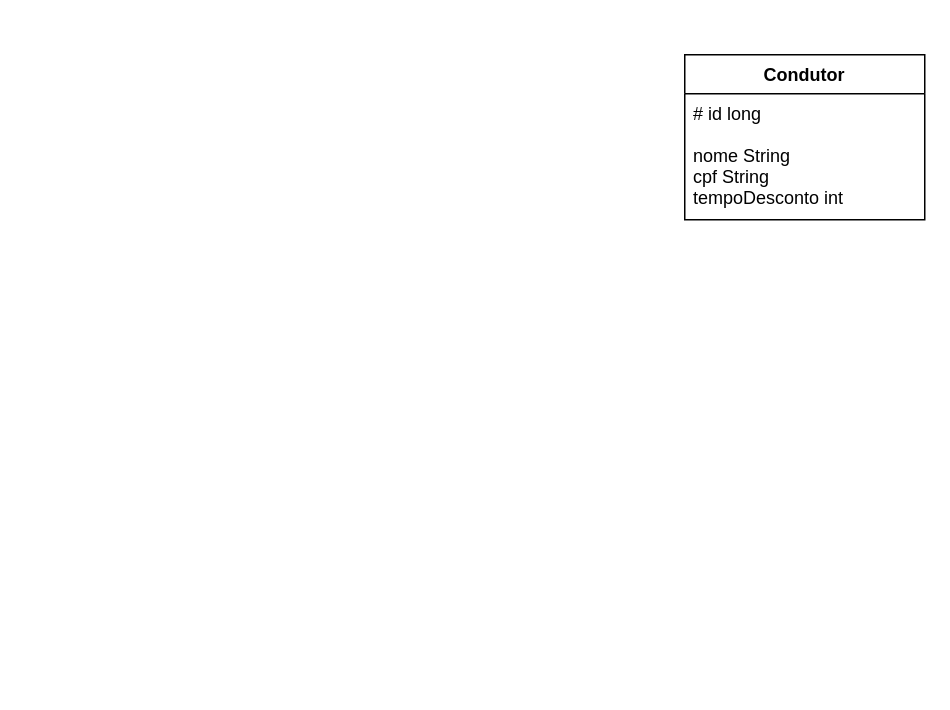
gabrielruizmb/estacionamento-api keeps this draw.io diagram as Diagrama sem nome.drawio. Above is the earlier version. Source tidied: cells renumbered, new cells numbered last; positions are measured from the earlier drawing's top-left corner, leaving out a move shared by most shapes. Both pictures are drawn from the tidied source at 150%, with x=0, y=0 at pixel (684, 54).
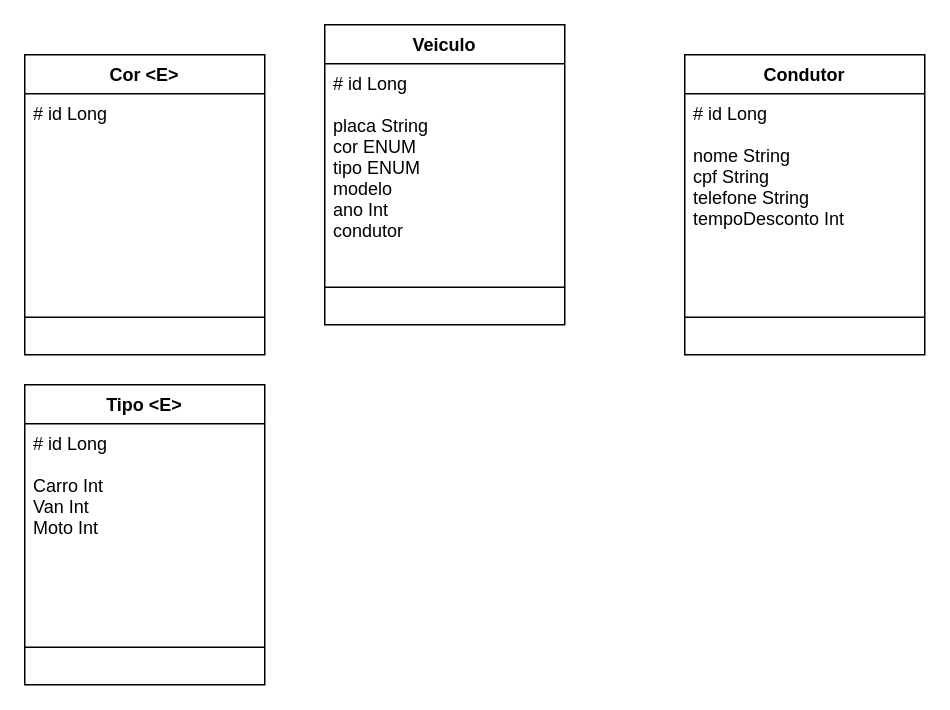
The same page after the edit.

Change to the diagram source:
```diff
@@
 <mxGraphModel>
   <root>
     <mxCell id="0" />
     <mxCell id="1" parent="0" />
+    <mxCell id="4" value="Veiculo" style="swimlane;fontStyle=1;align=center;verticalAlign=top;horizontal=1;startSize=26;" parent="1" vertex="1">
+      <mxGeometry x="-240" y="-20" width="160" height="200" as="geometry" />
+    </mxCell>
+    <mxCell id="5" value="# id Long&#10;&#10;placa String&#10;cor ENUM&#10;tipo ENUM&#10;modelo &#10;ano Int&#10;condutor" style="text;strokeColor=none;fillColor=none;align=left;verticalAlign=top;spacingLeft=4;spacingRight=4;overflow=hidden;" parent="4" vertex="1">
+      <mxGeometry y="26" width="160" height="124" as="geometry" />
+    </mxCell>
+    <mxCell id="6" style="line;strokeWidth=1;fillColor=none;align=left;verticalAlign=middle;spacingTop=-1;spacingLeft=3;spacingRight=3;labelPosition=right;strokeColor=inherit;" parent="4" vertex="1">
+      <mxGeometry y="150" width="160" height="50" as="geometry" />
+    </mxCell>
-    <mxCell id="2" value="Condutor&#10;" style="swimlane;fontStyle=1;align=center;verticalAlign=top;horizontal=1;startSize=26;" parent="1" vertex="1">
-      <mxGeometry width="160" height="110" as="geometry" />
+    <mxCell id="2" value="Condutor" style="swimlane;fontStyle=1;align=center;verticalAlign=top;horizontal=1;startSize=26;" parent="1" vertex="1">
+      <mxGeometry width="160" height="200" as="geometry" />
     </mxCell>
-    <mxCell id="3" value="# id long&#10;&#10;nome String&#10;cpf String&#10;tempoDesconto int" style="text;strokeColor=none;fillColor=none;align=left;verticalAlign=top;spacingLeft=4;spacingRight=4;overflow=hidden;" parent="2" vertex="1">
-      <mxGeometry y="26" width="160" height="84" as="geometry" />
-    </mxCell>
+    <mxCell id="7" value="# id Long&#10;&#10;nome String&#10;cpf String&#10;telefone String&#10;tempoDesconto Int" style="text;strokeColor=none;fillColor=none;align=left;verticalAlign=top;spacingLeft=4;spacingRight=4;overflow=hidden;" parent="2" vertex="1">
+      <mxGeometry y="26" width="160" height="124" as="geometry" />
+    </mxCell>
+    <mxCell id="8" style="line;strokeWidth=1;fillColor=none;align=left;verticalAlign=middle;spacingTop=-1;spacingLeft=3;spacingRight=3;labelPosition=right;strokeColor=inherit;" parent="2" vertex="1">
+      <mxGeometry y="150" width="160" height="50" as="geometry" />
+    </mxCell>
+    <mxCell id="9" value="Cor &lt;E&gt;" style="swimlane;fontStyle=1;align=center;verticalAlign=top;horizontal=1;startSize=26;" parent="1" vertex="1">
+      <mxGeometry x="-440" width="160" height="200" as="geometry" />
+    </mxCell>
+    <mxCell id="10" value="# id Long&#10;&#10;" style="text;strokeColor=none;fillColor=none;align=left;verticalAlign=top;spacingLeft=4;spacingRight=4;overflow=hidden;" parent="9" vertex="1">
+      <mxGeometry y="26" width="160" height="124" as="geometry" />
+    </mxCell>
+    <mxCell id="11" style="line;strokeWidth=1;fillColor=none;align=left;verticalAlign=middle;spacingTop=-1;spacingLeft=3;spacingRight=3;labelPosition=right;strokeColor=inherit;" parent="9" vertex="1">
+      <mxGeometry y="150" width="160" height="50" as="geometry" />
+    </mxCell>
+    <mxCell id="12" value="Tipo &lt;E&gt;" style="swimlane;fontStyle=1;align=center;verticalAlign=top;horizontal=1;startSize=26;" parent="1" vertex="1">
+      <mxGeometry x="-440" y="220" width="160" height="200" as="geometry" />
+    </mxCell>
+    <mxCell id="13" value="# id Long&#10;&#10;Carro Int&#10;Van Int&#10;Moto Int" style="text;strokeColor=none;fillColor=none;align=left;verticalAlign=top;spacingLeft=4;spacingRight=4;overflow=hidden;" parent="12" vertex="1">
+      <mxGeometry y="26" width="160" height="124" as="geometry" />
+    </mxCell>
+    <mxCell id="14" style="line;strokeWidth=1;fillColor=none;align=left;verticalAlign=middle;spacingTop=-1;spacingLeft=3;spacingRight=3;labelPosition=right;strokeColor=inherit;" parent="12" vertex="1">
+      <mxGeometry y="150" width="160" height="50" as="geometry" />
+    </mxCell>
   </root>
 </mxGraphModel>
```
